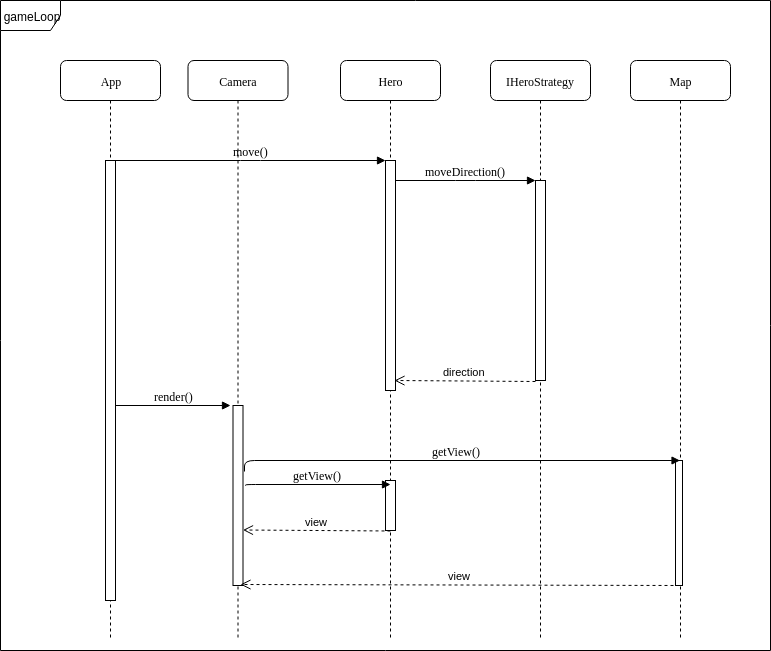
ilchuk96/RogueLike keeps this draw.io diagram as doc/StateDiagram.png. Above is the earlier version. Source tidied: cells renumbered, new cells last; positions are measured from the earlier drawing's top-left corner, leaving out a move shared by most shapes.
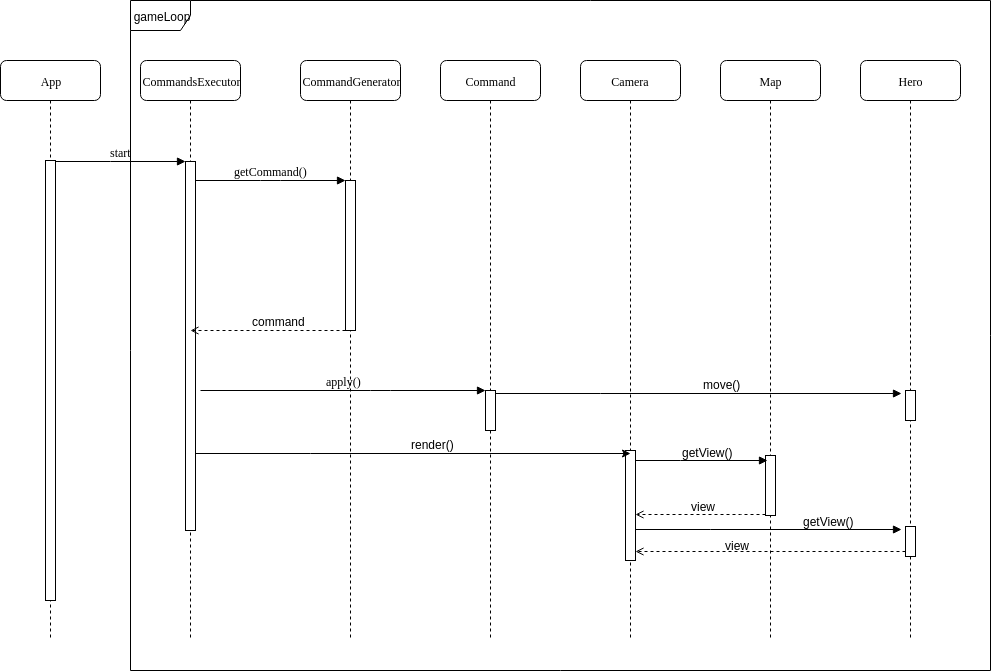
After the change.

Diff of the diagram source:
```diff
@@ -2,80 +2,143 @@
   <root>
     <mxCell id="0" />
     <mxCell id="1" parent="0" />
+    <mxCell id="21" value="gameLoop" style="shape=umlFrame;whiteSpace=wrap;html=1;" parent="1" vertex="1">
+      <mxGeometry x="190" width="860" height="670" as="geometry" />
+    </mxCell>
-    <mxCell id="2" value="Hero" style="shape=umlLifeline;perimeter=lifelinePerimeter;whiteSpace=wrap;html=1;rounded=1;shadow=0;comic=0;labelBackgroundColor=none;strokeColor=#000000;strokeWidth=1;fillColor=#FFFFFF;fontFamily=Verdana;fontSize=12;fontColor=#000000;align=center;" parent="1" vertex="1">
-      <mxGeometry x="340" y="60" width="100" height="580" as="geometry" />
+    <mxCell id="2" value="CommandsExecutor" style="shape=umlLifeline;perimeter=lifelinePerimeter;whiteSpace=wrap;html=1;rounded=1;shadow=0;comic=0;labelBackgroundColor=none;strokeColor=#000000;strokeWidth=1;fillColor=#FFFFFF;fontFamily=Verdana;fontSize=12;fontColor=#000000;align=center;" parent="1" vertex="1">
+      <mxGeometry x="200" y="60" width="100" height="580" as="geometry" />
     </mxCell>
     <mxCell id="3" style="html=1;points=[];perimeter=orthogonalPerimeter;rounded=0;shadow=0;comic=0;labelBackgroundColor=none;strokeColor=#000000;strokeWidth=1;fillColor=#FFFFFF;fontFamily=Verdana;fontSize=12;fontColor=#000000;align=center;" parent="2" vertex="1">
-      <mxGeometry x="45" y="100" width="10" height="230" as="geometry" />
+      <mxGeometry x="45" y="101" width="10" height="369" as="geometry" />
     </mxCell>
-    <mxCell id="4" style="html=1;perimeter=orthogonalPerimeter;rounded=0;shadow=0;comic=0;labelBackgroundColor=none;strokeColor=#000000;strokeWidth=1;fillColor=#FFFFFF;fontFamily=Verdana;fontSize=12;fontColor=#000000;align=center;" parent="2" vertex="1">
-      <mxGeometry x="45" y="420" width="10" height="50" as="geometry" />
-    </mxCell>
-    <mxCell id="5" value="IHeroStrategy" style="shape=umlLifeline;perimeter=lifelinePerimeter;whiteSpace=wrap;html=1;rounded=1;shadow=0;comic=0;labelBackgroundColor=none;strokeColor=#000000;strokeWidth=1;fillColor=#FFFFFF;fontFamily=Verdana;fontSize=12;fontColor=#000000;align=center;" parent="1" vertex="1">
-      <mxGeometry x="490" y="60" width="100" height="580" as="geometry" />
+    <mxCell id="5" value="CommandGenerator" style="shape=umlLifeline;perimeter=lifelinePerimeter;whiteSpace=wrap;html=1;rounded=1;shadow=0;comic=0;labelBackgroundColor=none;strokeColor=#000000;strokeWidth=1;fillColor=#FFFFFF;fontFamily=Verdana;fontSize=12;fontColor=#000000;align=center;" parent="1" vertex="1">
+      <mxGeometry x="360" y="60" width="100" height="580" as="geometry" />
     </mxCell>
     <mxCell id="6" style="html=1;points=[];perimeter=orthogonalPerimeter;rounded=0;shadow=0;comic=0;labelBackgroundColor=none;strokeColor=#000000;strokeWidth=1;fillColor=#FFFFFF;fontFamily=Verdana;fontSize=12;fontColor=#000000;align=center;" parent="5" vertex="1">
-      <mxGeometry x="45" y="120" width="10" height="200" as="geometry" />
+      <mxGeometry x="45" y="120" width="10" height="150" as="geometry" />
     </mxCell>
-    <mxCell id="7" value="Camera" style="shape=umlLifeline;perimeter=lifelinePerimeter;whiteSpace=wrap;html=1;rounded=1;shadow=0;comic=0;labelBackgroundColor=none;strokeColor=#000000;strokeWidth=1;fillColor=#FFFFFF;fontFamily=Verdana;fontSize=12;fontColor=#000000;align=center;" parent="1" vertex="1">
-      <mxGeometry x="187.5" y="60" width="100" height="580" as="geometry" />
+    <mxCell id="7" value="Command" style="shape=umlLifeline;perimeter=lifelinePerimeter;whiteSpace=wrap;html=1;rounded=1;shadow=0;comic=0;labelBackgroundColor=none;strokeColor=#000000;strokeWidth=1;fillColor=#FFFFFF;fontFamily=Verdana;fontSize=12;fontColor=#000000;align=center;" parent="1" vertex="1">
+      <mxGeometry x="500" y="60" width="100" height="580" as="geometry" />
     </mxCell>
-    <mxCell id="8" style="html=1;points=[];perimeter=orthogonalPerimeter;rounded=0;shadow=0;comic=0;labelBackgroundColor=none;strokeColor=#000000;strokeWidth=1;fillColor=#FFFFFF;fontFamily=Verdana;fontSize=12;fontColor=#000000;align=center;" parent="7" vertex="1">
-      <mxGeometry x="45" y="345" width="10" height="180" as="geometry" />
-    </mxCell>
+    <mxCell id="22" value="Camera" style="shape=umlLifeline;perimeter=lifelinePerimeter;whiteSpace=wrap;html=1;rounded=1;shadow=0;comic=0;labelBackgroundColor=none;strokeColor=#000000;strokeWidth=1;fillColor=#FFFFFF;fontFamily=Verdana;fontSize=12;fontColor=#000000;align=center;" parent="1" vertex="1">
+      <mxGeometry x="640" y="60" width="100" height="580" as="geometry" />
+    </mxCell>
+    <mxCell id="23" style="html=1;points=[];perimeter=orthogonalPerimeter;rounded=0;shadow=0;comic=0;labelBackgroundColor=none;strokeColor=#000000;strokeWidth=1;fillColor=#FFFFFF;fontFamily=Verdana;fontSize=12;fontColor=#000000;align=center;" parent="22" vertex="1">
+      <mxGeometry x="45" y="390" width="10" height="110" as="geometry" />
+    </mxCell>
+    <mxCell id="13" value="Map" style="shape=umlLifeline;perimeter=lifelinePerimeter;whiteSpace=wrap;html=1;outlineConnect=0;rounded=1;shadow=0;comic=0;labelBackgroundColor=none;strokeColor=#000000;strokeWidth=1;fillColor=#FFFFFF;fontFamily=Verdana;fontSize=12;fontColor=#000000;align=center;" parent="1" vertex="1">
+      <mxGeometry x="780" y="60" width="100" height="580" as="geometry" />
+    </mxCell>
+    <mxCell id="24" style="html=1;points=[];perimeter=orthogonalPerimeter;rounded=0;shadow=0;comic=0;labelBackgroundColor=none;strokeColor=#000000;strokeWidth=1;fillColor=#FFFFFF;fontFamily=Verdana;fontSize=12;fontColor=#000000;align=center;" parent="13" vertex="1">
+      <mxGeometry x="45" y="395" width="10" height="60" as="geometry" />
+    </mxCell>
+    <mxCell id="25" value="Hero" style="shape=umlLifeline;perimeter=lifelinePerimeter;whiteSpace=wrap;html=1;rounded=1;shadow=0;comic=0;labelBackgroundColor=none;strokeColor=#000000;strokeWidth=1;fillColor=#FFFFFF;fontFamily=Verdana;fontSize=12;fontColor=#000000;align=center;" parent="1" vertex="1">
+      <mxGeometry x="920" y="60" width="100" height="580" as="geometry" />
+    </mxCell>
+    <mxCell id="26" style="html=1;points=[];perimeter=orthogonalPerimeter;rounded=0;shadow=0;comic=0;labelBackgroundColor=none;strokeColor=#000000;strokeWidth=1;fillColor=#FFFFFF;fontFamily=Verdana;fontSize=12;fontColor=#000000;align=center;" parent="25" vertex="1">
+      <mxGeometry x="45" y="330" width="10" height="30" as="geometry" />
+    </mxCell>
+    <mxCell id="27" style="html=1;points=[];perimeter=orthogonalPerimeter;rounded=0;shadow=0;comic=0;labelBackgroundColor=none;strokeColor=#000000;strokeWidth=1;fillColor=#FFFFFF;fontFamily=Verdana;fontSize=12;fontColor=#000000;align=center;" parent="25" vertex="1">
+      <mxGeometry x="45" y="466" width="10" height="30" as="geometry" />
+    </mxCell>
     <mxCell id="9" value="App" style="shape=umlLifeline;perimeter=lifelinePerimeter;whiteSpace=wrap;html=1;rounded=1;shadow=0;comic=0;labelBackgroundColor=none;strokeColor=#000000;strokeWidth=1;fillColor=#FFFFFF;fontFamily=Verdana;fontSize=12;fontColor=#000000;align=center;" parent="1" vertex="1">
       <mxGeometry x="60" y="60" width="100" height="580" as="geometry" />
     </mxCell>
     <mxCell id="10" style="html=1;points=[];perimeter=orthogonalPerimeter;rounded=0;shadow=0;comic=0;labelBackgroundColor=none;strokeColor=#000000;strokeWidth=1;fillColor=#FFFFFF;fontFamily=Verdana;fontSize=12;fontColor=#000000;align=center;" parent="9" vertex="1">
       <mxGeometry x="45" y="100" width="10" height="440" as="geometry" />
     </mxCell>
+    <mxCell id="28" style="edgeStyle=orthogonalEdgeStyle;rounded=0;jettySize=auto;html=1;entryX=-0.4;entryY=0.1;entryDx=0;entryDy=0;entryPerimeter=0;endArrow=block;endFill=1;" parent="1" edge="1" source="8" target="26">
+      <mxGeometry relative="1" as="geometry">
+        <Array as="points">
+          <mxPoint x="660" y="393" />
+          <mxPoint x="660" y="393" />
+        </Array>
+      </mxGeometry>
+    </mxCell>
+    <mxCell id="8" style="html=1;points=[];perimeter=orthogonalPerimeter;rounded=0;shadow=0;comic=0;labelBackgroundColor=none;strokeColor=#000000;strokeWidth=1;fillColor=#FFFFFF;fontFamily=Verdana;fontSize=12;fontColor=#000000;align=center;" parent="1" vertex="1">
+      <mxGeometry x="545" y="390" width="10" height="40" as="geometry" />
+    </mxCell>
+    <mxCell id="29" value="apply()" style="html=1;verticalAlign=bottom;endArrow=block;labelBackgroundColor=none;fontFamily=Verdana;fontSize=12;edgeStyle=elbowEdgeStyle;elbow=vertical;exitX=1.5;exitY=0.621;exitDx=0;exitDy=0;exitPerimeter=0;" parent="1" edge="1" source="3" target="8">
+      <mxGeometry relative="1" as="geometry">
+        <Array as="points">
+          <mxPoint x="440" y="390" />
+        </Array>
+      </mxGeometry>
+    </mxCell>
-    <mxCell id="11" value="move()" style="html=1;verticalAlign=bottom;endArrow=block;entryX=0;entryY=0;labelBackgroundColor=none;fontFamily=Verdana;fontSize=12;edgeStyle=elbowEdgeStyle;elbow=vertical;" parent="1" edge="1" source="10" target="3">
+    <mxCell id="11" value="start" style="html=1;verticalAlign=bottom;endArrow=block;entryX=0;entryY=0;labelBackgroundColor=none;fontFamily=Verdana;fontSize=12;edgeStyle=elbowEdgeStyle;elbow=vertical;" parent="1" edge="1" source="10" target="3">
       <mxGeometry relative="1" as="geometry" />
     </mxCell>
-    <mxCell id="12" value="moveDirection()&lt;br&gt;" style="html=1;verticalAlign=bottom;endArrow=block;entryX=0;entryY=0;labelBackgroundColor=none;fontFamily=Verdana;fontSize=12;edgeStyle=elbowEdgeStyle;elbow=vertical;" parent="1" edge="1" source="3" target="6">
+    <mxCell id="12" value="getCommand()" style="html=1;verticalAlign=bottom;endArrow=block;entryX=0;entryY=0;labelBackgroundColor=none;fontFamily=Verdana;fontSize=12;edgeStyle=elbowEdgeStyle;elbow=vertical;" parent="1" edge="1" source="3" target="6">
       <mxGeometry relative="1" as="geometry" />
     </mxCell>
-    <mxCell id="13" value="Map" style="shape=umlLifeline;perimeter=lifelinePerimeter;whiteSpace=wrap;html=1;outlineConnect=0;rounded=1;shadow=0;comic=0;labelBackgroundColor=none;strokeColor=#000000;strokeWidth=1;fillColor=#FFFFFF;fontFamily=Verdana;fontSize=12;fontColor=#000000;align=center;" parent="1" vertex="1">
-      <mxGeometry x="630" y="60" width="100" height="580" as="geometry" />
-    </mxCell>
+    <mxCell id="30" style="edgeStyle=orthogonalEdgeStyle;rounded=0;jettySize=auto;html=1;entryX=0.5;entryY=0.027;entryDx=0;entryDy=0;entryPerimeter=0;" parent="1" edge="1" source="3" target="23">
+      <mxGeometry relative="1" as="geometry">
+        <Array as="points">
+          <mxPoint x="370" y="453" />
+          <mxPoint x="370" y="453" />
+        </Array>
+      </mxGeometry>
+    </mxCell>
-    <mxCell id="14" value="render()&lt;br&gt;" style="html=1;verticalAlign=bottom;endArrow=block;labelBackgroundColor=none;fontFamily=Verdana;fontSize=12;edgeStyle=elbowEdgeStyle;elbow=vertical;" parent="1" edge="1">
-      <mxGeometry relative="1" as="geometry">
-        <mxPoint x="115" y="405" as="sourcePoint" />
-        <mxPoint x="230" y="405" as="targetPoint" />
-      </mxGeometry>
+    <mxCell id="14" value="render()" style="text;html=1;align=left;verticalAlign=top;spacingTop=-4;" parent="1" vertex="1">
+      <mxGeometry x="469" y="435" width="60" height="20" as="geometry" />
     </mxCell>
-    <mxCell id="15" style="html=1;points=[];perimeter=orthogonalPerimeter;rounded=0;shadow=0;comic=0;labelBackgroundColor=none;strokeColor=#000000;strokeWidth=1;fillColor=#FFFFFF;fontFamily=Verdana;fontSize=12;fontColor=#000000;align=center;" parent="1" vertex="1">
-      <mxGeometry x="675" y="460" width="7" height="125" as="geometry" />
-    </mxCell>
-    <mxCell id="16" value="getView()" style="html=1;verticalAlign=bottom;endArrow=block;labelBackgroundColor=none;fontFamily=Verdana;fontSize=12;edgeStyle=elbowEdgeStyle;elbow=vertical;exitX=1.15;exitY=0.367;exitDx=0;exitDy=0;exitPerimeter=0;" parent="1" edge="1" source="8" target="13">
-      <mxGeometry relative="1" as="geometry">
-        <Array as="points">
-          <mxPoint x="635" y="460" />
-        </Array>
-      </mxGeometry>
-    </mxCell>
-    <mxCell id="17" value="direction&lt;br&gt;" style="html=1;verticalAlign=bottom;endArrow=open;dashed=1;endSize=8;exitX=0;exitY=1.005;exitDx=0;exitDy=0;exitPerimeter=0;entryX=0.9;entryY=0.957;entryDx=0;entryDy=0;entryPerimeter=0;" parent="1" edge="1" source="6" target="3">
-      <mxGeometry relative="1" as="geometry" />
+    <mxCell id="17" style="edgeStyle=orthogonalEdgeStyle;rounded=0;jettySize=auto;html=1;entryX=0.5;entryY=0.458;entryDx=0;entryDy=0;entryPerimeter=0;endArrow=open;endFill=0;dashed=1;" parent="1" edge="1" source="6" target="3">
+      <mxGeometry relative="1" as="geometry">
+        <Array as="points">
+          <mxPoint x="360" y="330" />
+          <mxPoint x="360" y="330" />
+        </Array>
+      </mxGeometry>
     </mxCell>
-    <mxCell id="18" value="getView()" style="html=1;verticalAlign=bottom;endArrow=block;labelBackgroundColor=none;fontFamily=Verdana;fontSize=12;edgeStyle=elbowEdgeStyle;elbow=vertical;exitX=1.25;exitY=0.444;exitDx=0;exitDy=0;exitPerimeter=0;" parent="1" edge="1" source="8">
-      <mxGeometry relative="1" as="geometry">
-        <mxPoint x="390" y="484" as="targetPoint" />
-        <Array as="points">
-          <mxPoint x="651" y="484" />
-        </Array>
-      </mxGeometry>
-    </mxCell>
-    <mxCell id="19" value="view&lt;br&gt;" style="html=1;verticalAlign=bottom;endArrow=open;dashed=1;endSize=8;exitX=0.571;exitY=1;exitDx=0;exitDy=0;exitPerimeter=0;entryX=0.75;entryY=0.994;entryDx=0;entryDy=0;entryPerimeter=0;" parent="1" edge="1" source="15" target="8">
-      <mxGeometry relative="1" as="geometry" />
-    </mxCell>
-    <mxCell id="20" value="view&lt;br&gt;" style="html=1;verticalAlign=bottom;endArrow=open;dashed=1;endSize=8;entryX=0.75;entryY=0.994;entryDx=0;entryDy=0;entryPerimeter=0;" parent="1" edge="1">
-      <mxGeometry relative="1" as="geometry">
-        <mxPoint x="390" y="530.5" as="sourcePoint" />
-        <mxPoint x="242.5" y="529.5" as="targetPoint" />
-      </mxGeometry>
-    </mxCell>
-    <mxCell id="21" value="gameLoop" style="shape=umlFrame;whiteSpace=wrap;html=1;" parent="1" vertex="1">
-      <mxGeometry width="770" height="650" as="geometry" />
-    </mxCell>
+    <mxCell id="31" value="command" style="text;html=1;align=left;verticalAlign=top;spacingTop=-4;" parent="1" vertex="1">
+      <mxGeometry x="310" y="312" width="70" height="20" as="geometry" />
+    </mxCell>
+    <mxCell id="32" value="move()" style="text;html=1;align=left;verticalAlign=top;spacingTop=-4;" parent="1" vertex="1">
+      <mxGeometry x="761" y="375" width="50" height="20" as="geometry" />
+    </mxCell>
+    <mxCell id="33" style="edgeStyle=orthogonalEdgeStyle;rounded=0;jettySize=auto;html=1;entryX=0.2;entryY=0.083;entryDx=0;entryDy=0;entryPerimeter=0;endArrow=block;endFill=1;" parent="1" edge="1" source="23" target="24">
+      <mxGeometry relative="1" as="geometry">
+        <Array as="points">
+          <mxPoint x="740" y="460" />
+          <mxPoint x="740" y="460" />
+        </Array>
+      </mxGeometry>
+    </mxCell>
+    <mxCell id="34" value="getView()" style="text;html=1;align=left;verticalAlign=top;spacingTop=-4;" parent="1" vertex="1">
+      <mxGeometry x="740" y="443" width="70" height="20" as="geometry" />
+    </mxCell>
+    <mxCell id="35" style="edgeStyle=orthogonalEdgeStyle;rounded=0;jettySize=auto;html=1;entryX=1;entryY=0.582;entryDx=0;entryDy=0;entryPerimeter=0;endArrow=open;endFill=0;dashed=1;" parent="1" edge="1" source="24" target="23">
+      <mxGeometry relative="1" as="geometry">
+        <Array as="points">
+          <mxPoint x="800" y="514" />
+          <mxPoint x="800" y="514" />
+        </Array>
+      </mxGeometry>
+    </mxCell>
+    <mxCell id="36" value="view" style="text;html=1;align=left;verticalAlign=top;spacingTop=-4;" parent="1" vertex="1">
+      <mxGeometry x="749" y="497" width="40" height="20" as="geometry" />
+    </mxCell>
+    <mxCell id="37" style="edgeStyle=orthogonalEdgeStyle;rounded=0;jettySize=auto;html=1;entryX=-0.4;entryY=0.1;entryDx=0;entryDy=0;entryPerimeter=0;endArrow=block;endFill=1;" parent="1" edge="1" source="23" target="27">
+      <mxGeometry relative="1" as="geometry">
+        <Array as="points">
+          <mxPoint x="770" y="529" />
+          <mxPoint x="770" y="529" />
+        </Array>
+      </mxGeometry>
+    </mxCell>
+    <mxCell id="38" value="getView()" style="text;html=1;align=left;verticalAlign=top;spacingTop=-4;" parent="1" vertex="1">
+      <mxGeometry x="861" y="512" width="70" height="20" as="geometry" />
+    </mxCell>
+    <mxCell id="39" style="edgeStyle=orthogonalEdgeStyle;rounded=0;jettySize=auto;html=1;entryX=1;entryY=0.918;entryDx=0;entryDy=0;entryPerimeter=0;endArrow=open;endFill=0;dashed=1;" parent="1" edge="1" source="27" target="23">
+      <mxGeometry relative="1" as="geometry">
+        <Array as="points">
+          <mxPoint x="890" y="551" />
+          <mxPoint x="890" y="551" />
+        </Array>
+      </mxGeometry>
+    </mxCell>
+    <mxCell id="40" value="view" style="text;html=1;align=left;verticalAlign=top;spacingTop=-4;" parent="1" vertex="1">
+      <mxGeometry x="783" y="536" width="40" height="20" as="geometry" />
+    </mxCell>
   </root>
 </mxGraphModel>
```
